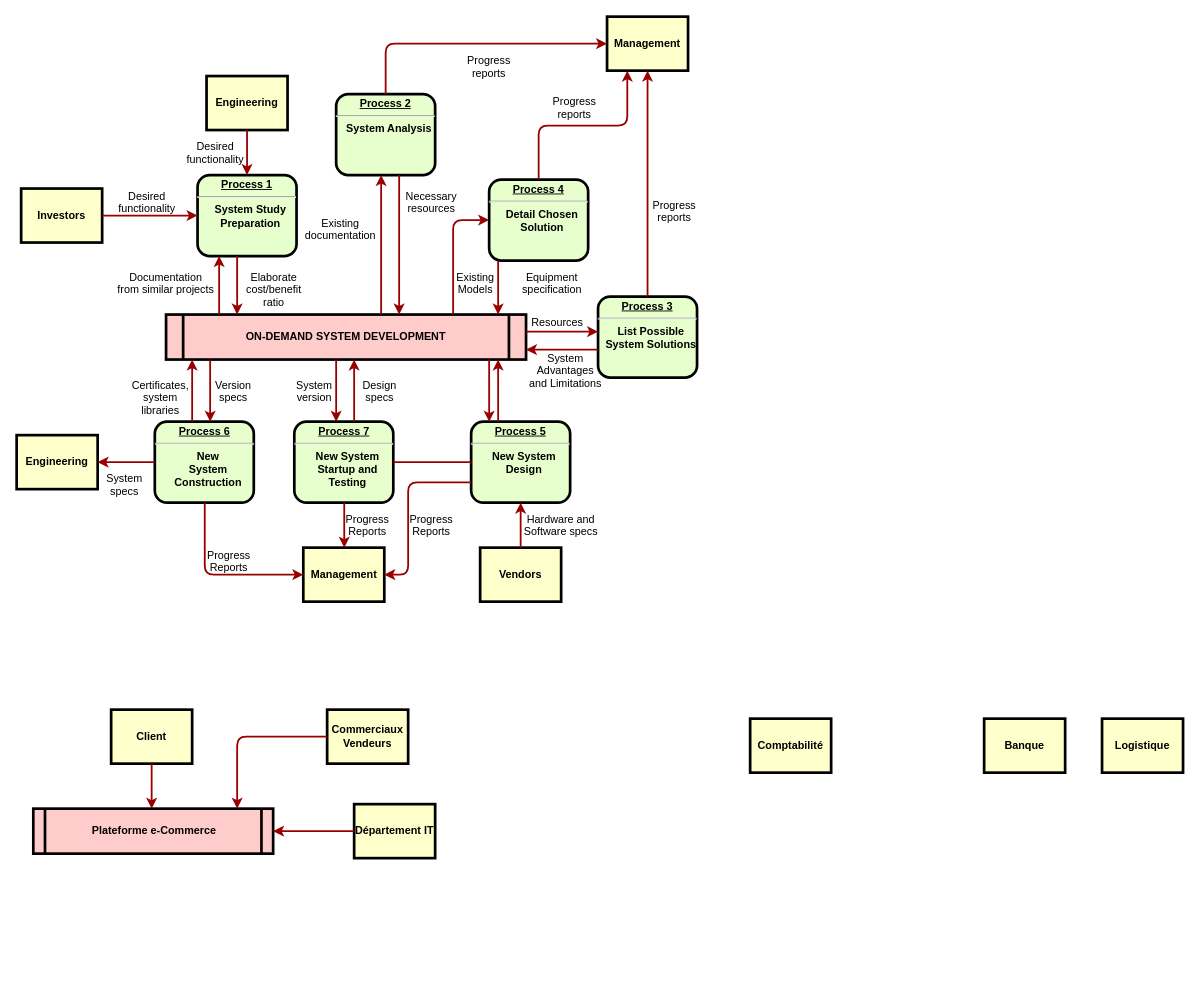
Above: archi_fonctionnelle.drawio in Relthdrarxash/archi_secu (draw.io), before the change. Source tidied: cells renumbered, new cells numbered last; positions are measured from the earlier drawing's top-left corner, leaving out a move shared by most shapes. Both pictures are drawn from the tidied source at 90%, with x=0, y=0 at pixel (16, 16).
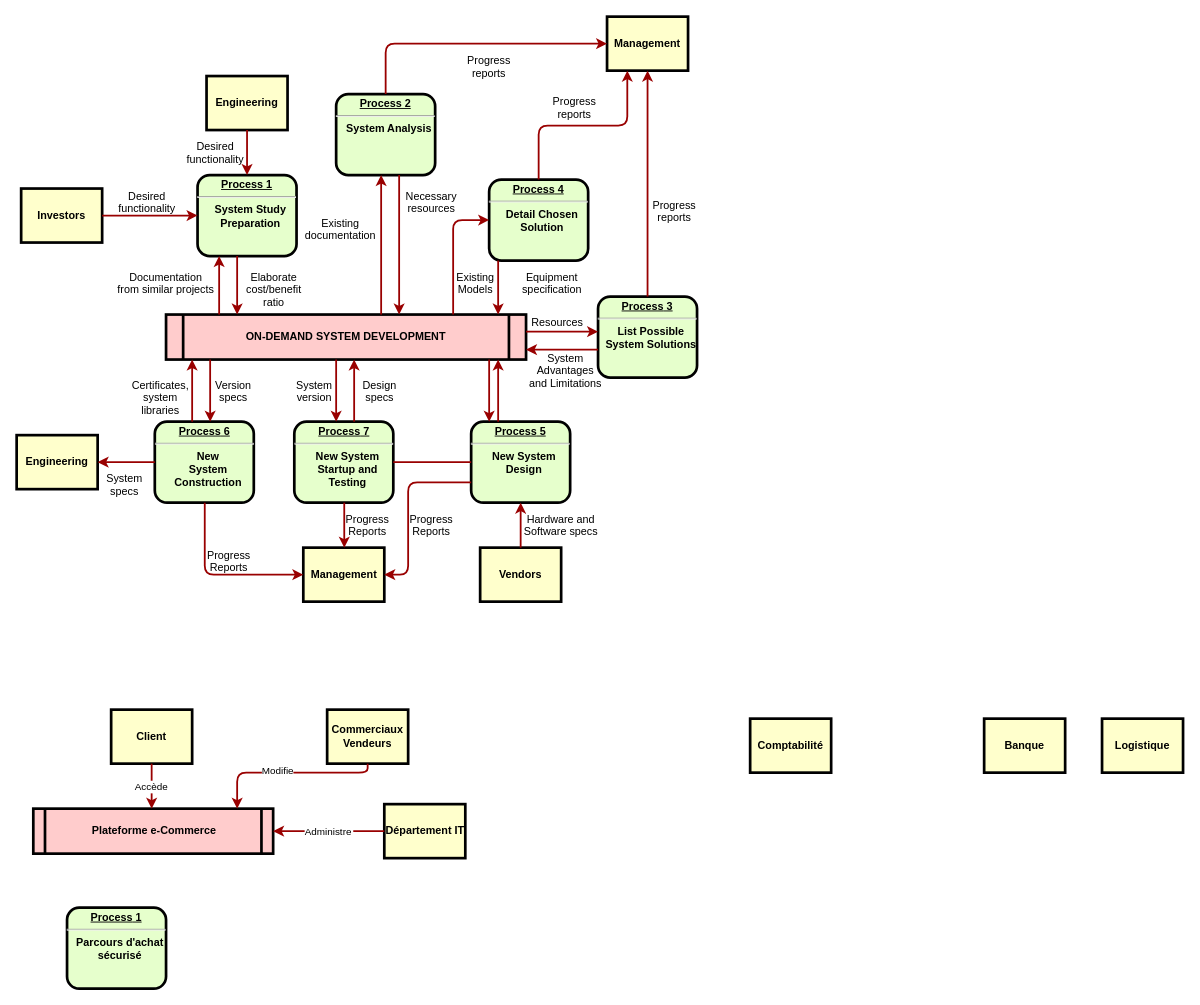
After the change.

Commit message:
Mettre à jour archi_fonctionnelle.drawio

Unchanged cells that the change refers to:
```xml
<mxCell id="63" value="Client" style="whiteSpace=wrap;align=center;verticalAlign=middle;fontStyle=1;strokeWidth=3;fillColor=#FFFFCC;" parent="1" vertex="1">
  <mxGeometry x="105" y="770" width="90" height="60" as="geometry" />
</mxCell>
<mxCell id="64" value="Commerciaux&#10;Vendeurs" style="whiteSpace=wrap;align=center;verticalAlign=middle;fontStyle=1;strokeWidth=3;fillColor=#FFFFCC;" parent="1" vertex="1">
  <mxGeometry x="345" y="770" width="90" height="60" as="geometry" />
</mxCell>
<mxCell id="69" value="Plateforme e-Commerce" style="shape=process;whiteSpace=wrap;align=center;verticalAlign=middle;size=0.0475;fontStyle=1;strokeWidth=3;fillColor=#FFCCCC;" parent="1" vertex="1">
  <mxGeometry x="18.5" y="880" width="266.5" height="50" as="geometry" />
</mxCell>
```

The edit, as a diff of the source:
```diff
@@
     <mxCell id="66" value="Département IT" style="whiteSpace=wrap;align=center;verticalAlign=middle;fontStyle=1;strokeWidth=3;fillColor=#FFFFCC;" parent="1" vertex="1">
-      <mxGeometry x="375" y="875" width="90" height="60" as="geometry" />
+      <mxGeometry x="408.5" y="875" width="90" height="60" as="geometry" />
     </mxCell>
@@
-    <mxCell id="70" style="edgeStyle=elbowEdgeStyle;elbow=horizontal;strokeColor=#990000;strokeWidth=2;" parent="1" edge="1" source="63" target="69">
+    <mxCell id="70" value="Accède" style="edgeStyle=elbowEdgeStyle;elbow=vertical;strokeColor=#990000;strokeWidth=2;" parent="1" edge="1" source="63" target="69">
       <mxGeometry relative="1" as="geometry">
         <Array as="points">
           <mxPoint x="150" y="850" />
         </Array>
       </mxGeometry>
     </mxCell>
-    <mxCell id="71" style="edgeStyle=elbowEdgeStyle;elbow=horizontal;strokeColor=#990000;strokeWidth=2;" parent="1" edge="1" source="64" target="69">
+    <mxCell id="71" style="edgeStyle=elbowEdgeStyle;elbow=vertical;strokeColor=#990000;strokeWidth=2;" parent="1" edge="1" source="64" target="69">
       <mxGeometry relative="1" as="geometry">
         <Array as="points">
           <mxPoint x="245" y="840" />
         </Array>
       </mxGeometry>
     </mxCell>
+    <mxCell id="73" value="Modifie" style="edgeLabel;html=1;align=center;verticalAlign=middle;" parent="71" vertex="1">
+      <mxGeometry x="0.14" y="-3" relative="1" as="geometry" />
+    </mxCell>
-    <mxCell id="72" style="edgeStyle=elbowEdgeStyle;elbow=horizontal;strokeColor=#990000;strokeWidth=2;" parent="1" edge="1" source="66" target="69">
+    <mxCell id="72" value="Administre" style="edgeStyle=elbowEdgeStyle;elbow=vertical;strokeColor=#990000;strokeWidth=2;" parent="1" edge="1" source="66" target="69">
       <mxGeometry relative="1" as="geometry" />
     </mxCell>
+    <mxCell id="74" value="&lt;p style=&quot;margin: 0px; margin-top: 4px; text-align: center; text-decoration: underline;&quot;&gt;&lt;strong&gt;&lt;strong&gt;Process&lt;/strong&gt;&amp;nbsp;1&lt;br&gt;&lt;/strong&gt;&lt;/p&gt;&lt;hr&gt;&lt;p style=&quot;margin: 0px; margin-left: 8px;&quot;&gt;Parcours d'achat&lt;/p&gt;&lt;p style=&quot;margin: 0px; margin-left: 8px;&quot;&gt;sécurisé&lt;/p&gt;" style="verticalAlign=middle;align=center;overflow=fill;fontSize=12;fontFamily=Helvetica;html=1;rounded=1;fontStyle=1;strokeWidth=3;fillColor=#E6FFCC;" parent="1" vertex="1">
+      <mxGeometry x="56" y="990" width="110" height="90" as="geometry" />
+    </mxCell>
```
